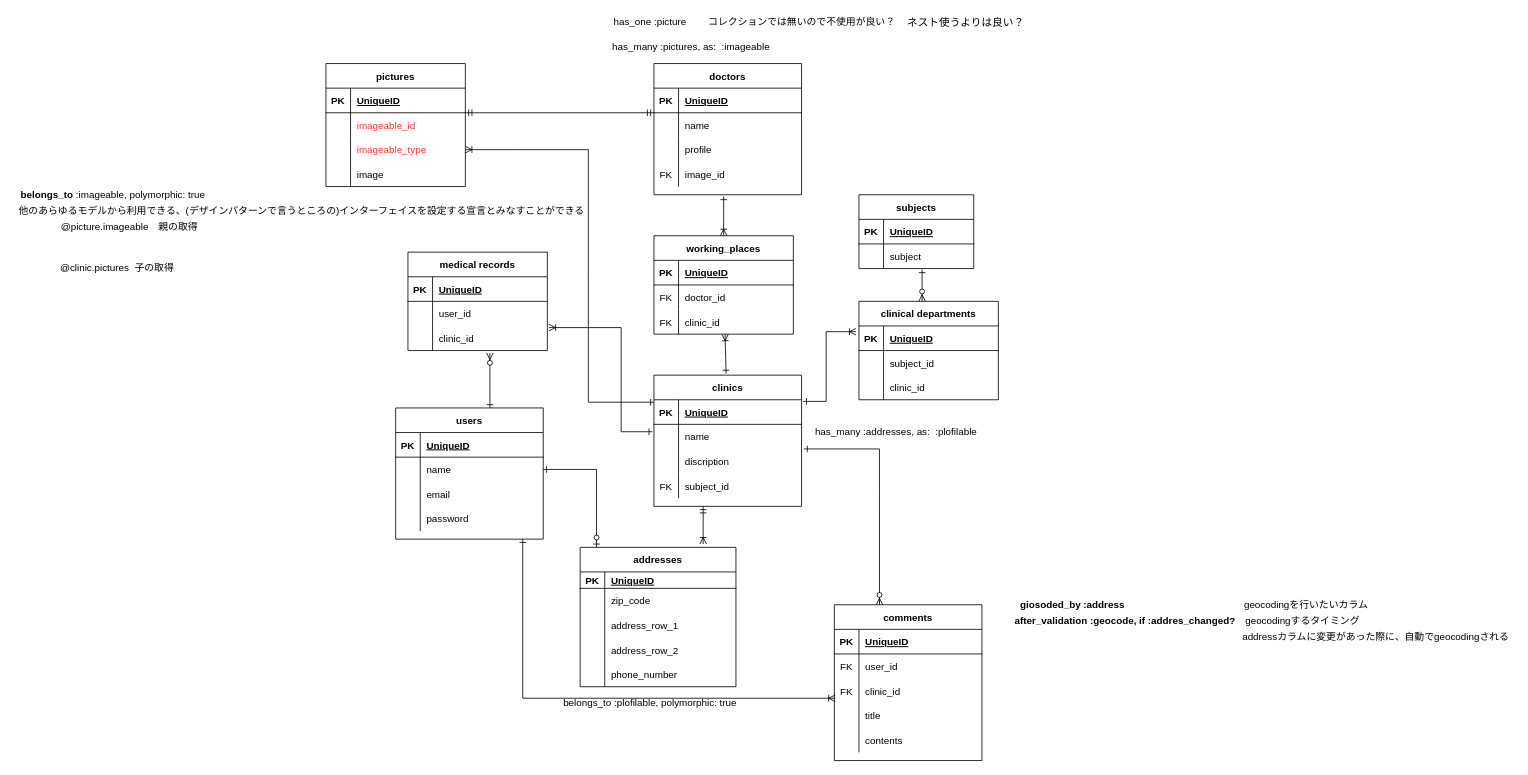
This is page "help_doctor" (4 of 4) of Untitled Diagram.drawio from Sec-il-n/dic_guraduate_parts, a draw.io file, before an edit. Source tidied: cells renumbered, new cells numbered last; positions are measured from the earlier drawing's top-left corner, leaving out a move shared by most shapes. Both pictures are drawn from the tidied source at 82%, with x=0, y=0 at pixel (14, 14).
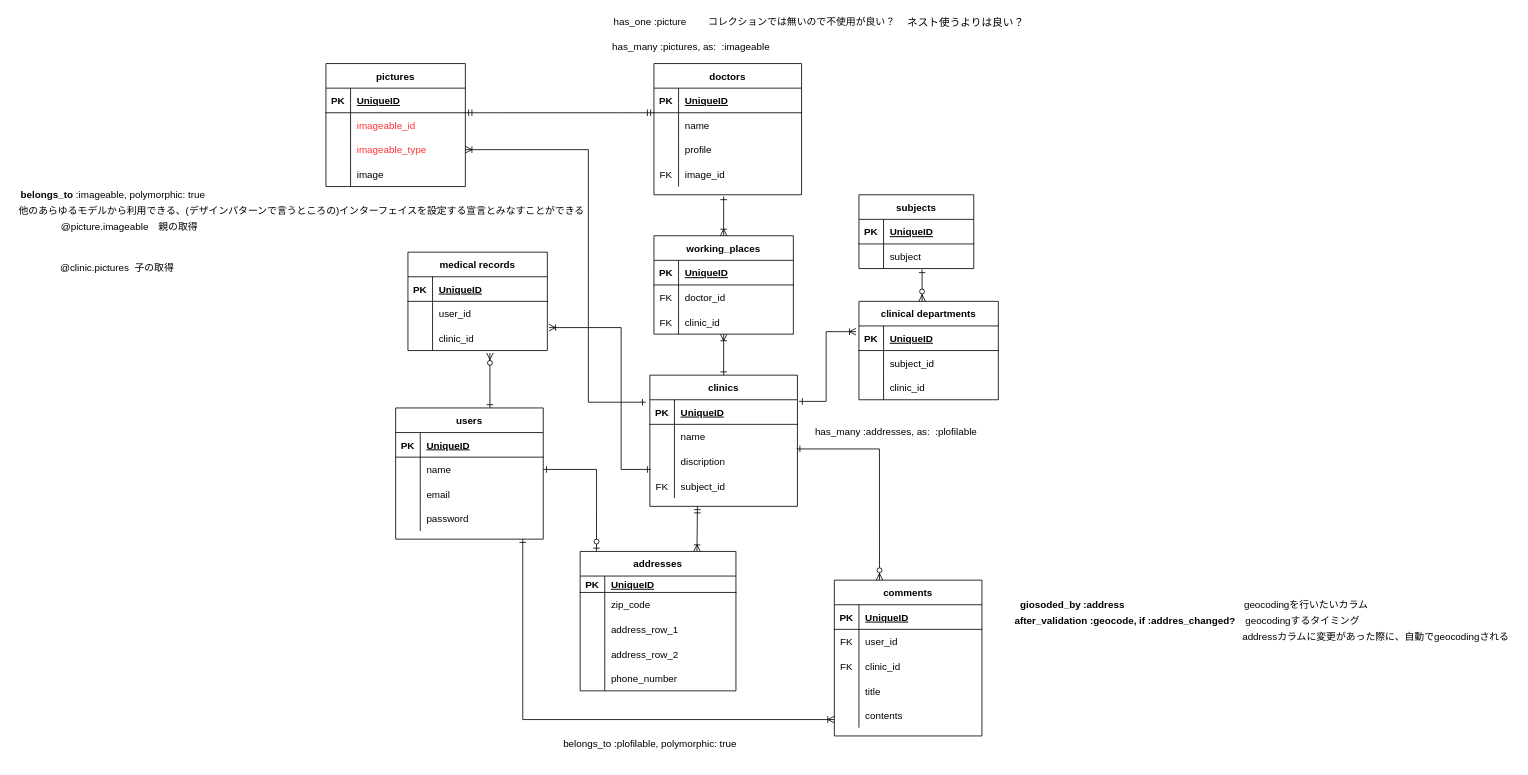
After the change.

Commit message:
Untitled Diagram.drawio を更新します

The change refers to these unchanged cells:
```xml
<mxCell id="6" style="shape=partialRectangle;fillColor=none;top=0;left=0;bottom=0;right=0;points=[[0,0.5],[1,0.5]];portConstraint=eastwest;" parent="2" vertex="1">
  <mxGeometry y="60" width="180" height="30" as="geometry" />
</mxCell>
<mxCell id="22" style="shape=partialRectangle;fillColor=none;top=0;left=0;bottom=0;right=0;points=[[0,0.5],[1,0.5]];portConstraint=eastwest;" parent="15" vertex="1">
  <mxGeometry y="90" width="170" height="30" as="geometry" />
</mxCell>
<mxCell id="32" style="shape=partialRectangle;fillColor=none;top=0;left=0;bottom=0;right=0;points=[[0,0.5],[1,0.5]];portConstraint=eastwest;" parent="28" vertex="1">
  <mxGeometry y="60" width="180" height="30" as="geometry" />
</mxCell>
<mxCell id="35" style="shape=partialRectangle;fillColor=none;top=0;left=0;bottom=0;right=0;points=[[0,0.5],[1,0.5]];portConstraint=eastwest;" parent="28" vertex="1">
  <mxGeometry y="90" width="180" height="30" as="geometry" />
</mxCell>
<mxCell id="55" value="working_places" style="shape=table;startSize=30;childLayout=tableLayout;rowLines=0;fontStyle=1;align=center;" parent="1" vertex="1">
  <mxGeometry x="780" y="270" width="170" height="120" as="geometry" />
</mxCell>
<mxCell id="75" style="shape=partialRectangle;fillColor=none;top=0;left=0;bottom=0;right=0;points=[[0,0.5],[1,0.5]];portConstraint=eastwest;" parent="68" vertex="1">
  <mxGeometry y="90" width="170" height="30" as="geometry" />
</mxCell>
<mxCell id="86" style="shape=partialRectangle;fillColor=none;top=0;left=0;bottom=0;right=0;points=[[0,0.5],[1,0.5]];portConstraint=eastwest;" parent="79" vertex="1">
  <mxGeometry y="90" width="180" height="30" as="geometry" />
</mxCell>
<mxCell id="92" style="shape=partialRectangle;fillColor=none;top=0;left=0;bottom=0;right=0;points=[[0,0.5],[1,0.5]];portConstraint=eastwest;" parent="79" vertex="1">
  <mxGeometry y="150" width="180" height="30" as="geometry" />
</mxCell>
```

Diff of the diagram source:
```diff
@@
     <mxCell id="28" value="clinics" style="shape=table;startSize=30;childLayout=tableLayout;rowLines=0;fontStyle=1;align=center;" parent="1" vertex="1">
-      <mxGeometry x="780" y="440" width="180" height="160" as="geometry" />
+      <mxGeometry x="775" y="440" width="180" height="160" as="geometry" />
     </mxCell>
@@
-    <mxCell id="54" style="endArrow=ERoneToMany;html=1;rounded=0;fontColor=#000000;endFill=0;startArrow=ERone;startFill=0;" parent="1" edge="1" target="55">
-      <mxGeometry relative="1" as="geometry">
-        <mxPoint x="868" y="438" as="sourcePoint" />
-      </mxGeometry>
+    <mxCell id="54" style="endArrow=ERoneToMany;html=1;rounded=0;fontColor=#000000;endFill=0;startArrow=ERone;startFill=0;exitX=0.5;exitY=0;exitDx=0;exitDy=0;" parent="1" edge="1" source="28" target="55">
+      <mxGeometry relative="1" as="geometry" />
     </mxCell>
@@
     <mxCell id="66" style="endArrow=ERoneToMany;html=1;rounded=0;fontColor=#000000;endFill=0;startArrow=ERone;startFill=0;entryX=1;entryY=0.5;entryDx=0;entryDy=0;" parent="1" edge="1" target="22">
       <mxGeometry relative="1" as="geometry">
-        <mxPoint x="780" y="473" as="sourcePoint" />
+        <mxPoint x="770" y="473" as="sourcePoint" />
         <Array as="points">
           <mxPoint x="700" y="473" />
           <mxPoint x="700" y="320" />
           <mxPoint x="700" y="165" />
           <mxPoint x="610" y="165" />
         </Array>
       </mxGeometry>
     </mxCell>
@@
-    <mxCell id="78" style="endArrow=ERoneToMany;html=1;rounded=0;fontColor=#000000;endFill=0;startArrow=ERmandOne;startFill=0;" parent="1" edge="1">
+    <mxCell id="78" style="endArrow=ERoneToMany;html=1;rounded=0;fontColor=#000000;endFill=0;startArrow=ERmandOne;startFill=0;entryX=0.75;entryY=0;entryDx=0;entryDy=0;" parent="1" edge="1" target="124">
       <mxGeometry relative="1" as="geometry">
-        <mxPoint x="840" y="600" as="sourcePoint" />
-        <mxPoint x="840" y="646" as="targetPoint" />
+        <mxPoint x="833" y="600" as="sourcePoint" />
       </mxGeometry>
     </mxCell>
     <mxCell id="79" value="comments" style="shape=table;startSize=30;childLayout=tableLayout;rowLines=0;fontStyle=1;align=center;strokeColor=#000000;fillColor=#FFFFFF;fontColor=#000000;" parent="1" vertex="1">
-      <mxGeometry x="1000" y="720" width="180" height="190" as="geometry" />
+      <mxGeometry x="1000" y="690" width="180" height="190" as="geometry" />
     </mxCell>
@@
     <mxCell id="95" style="endArrow=ERzeroToMany;html=1;rounded=0;fontColor=#000000;endFill=1;startArrow=ERone;startFill=0;entryX=0.306;entryY=0;entryDx=0;entryDy=0;entryPerimeter=0;" parent="1" edge="1" target="79">
       <mxGeometry relative="1" as="geometry">
-        <mxPoint x="963" y="530" as="sourcePoint" />
+        <mxPoint x="954" y="530" as="sourcePoint" />
         <Array as="points">
           <mxPoint x="1055" y="530" />
         </Array>
       </mxGeometry>
     </mxCell>
@@
     <mxCell id="115" value="belongs_to :plofilable, polymorphic: true" style="text;html=1;align=center;verticalAlign=middle;fontColor=#000000;" parent="1" vertex="1">
-      <mxGeometry x="660" y="830" width="230" height="20" as="geometry" />
+      <mxGeometry x="660" y="880" width="230" height="20" as="geometry" />
     </mxCell>
-    <mxCell id="116" style="endArrow=ERzeroToOne;html=1;rounded=0;fontColor=#000000;endFill=1;startArrow=ERone;startFill=0;exitX=1;exitY=0.5;exitDx=0;exitDy=0;" parent="1" edge="1" source="6">
+    <mxCell id="116" style="endArrow=ERzeroToOne;html=1;rounded=0;fontColor=#000000;endFill=1;startArrow=ERone;startFill=0;exitX=1;exitY=0.5;exitDx=0;exitDy=0;entryX=0.105;entryY=0;entryDx=0;entryDy=0;entryPerimeter=0;" parent="1" edge="1" source="6" target="124">
       <mxGeometry relative="1" as="geometry">
-        <mxPoint x="710" y="650" as="targetPoint" />
         <Array as="points">
           <mxPoint x="710" y="555" />
         </Array>
       </mxGeometry>
     </mxCell>
-    <mxCell id="117" style="endArrow=ERone;html=1;rounded=0;fontColor=#000000;endFill=0;startArrow=ERoneToMany;startFill=0;exitX=1.012;exitY=0.067;exitDx=0;exitDy=0;exitPerimeter=0;entryX=-0.011;entryY=0.3;entryDx=0;entryDy=0;entryPerimeter=0;" parent="1" edge="1" source="75" target="32">
+    <mxCell id="117" style="endArrow=ERone;html=1;rounded=0;fontColor=#000000;endFill=0;startArrow=ERoneToMany;startFill=0;exitX=1.012;exitY=0.067;exitDx=0;exitDy=0;exitPerimeter=0;entryX=0.006;entryY=0.833;entryDx=0;entryDy=0;entryPerimeter=0;" parent="1" edge="1" source="75" target="35">
       <mxGeometry relative="1" as="geometry">
         <Array as="points">
           <mxPoint x="740" y="382" />
-          <mxPoint x="740" y="509" />
+          <mxPoint x="740" y="555" />
         </Array>
       </mxGeometry>
     </mxCell>
@@
-    <mxCell id="119" style="endArrow=ERoneToMany;html=1;rounded=0;fontColor=#000000;endFill=0;startArrow=ERone;startFill=0;entryX=0.006;entryY=0.8;entryDx=0;entryDy=0;entryPerimeter=0;" parent="1" edge="1" target="86">
+    <mxCell id="119" style="endArrow=ERoneToMany;html=1;rounded=0;fontColor=#000000;endFill=0;startArrow=ERone;startFill=0;entryX=0;entryY=0.667;entryDx=0;entryDy=0;entryPerimeter=0;" parent="1" edge="1" target="92">
       <mxGeometry relative="1" as="geometry">
         <mxPoint x="620" y="640" as="sourcePoint" />
         <Array as="points">
-          <mxPoint x="620" y="834" />
+          <mxPoint x="620" y="860" />
         </Array>
       </mxGeometry>
     </mxCell>
@@
     <mxCell id="124" value="addresses" style="shape=table;startSize=30;childLayout=tableLayout;rowLines=0;fontStyle=1;align=center;fillColor=#FFFFFF;fontColor=#000000;" parent="1" vertex="1">
-      <mxGeometry x="690" y="650" width="190" height="170" as="geometry" />
+      <mxGeometry x="690" y="655" width="190" height="170" as="geometry" />
     </mxCell>
```
